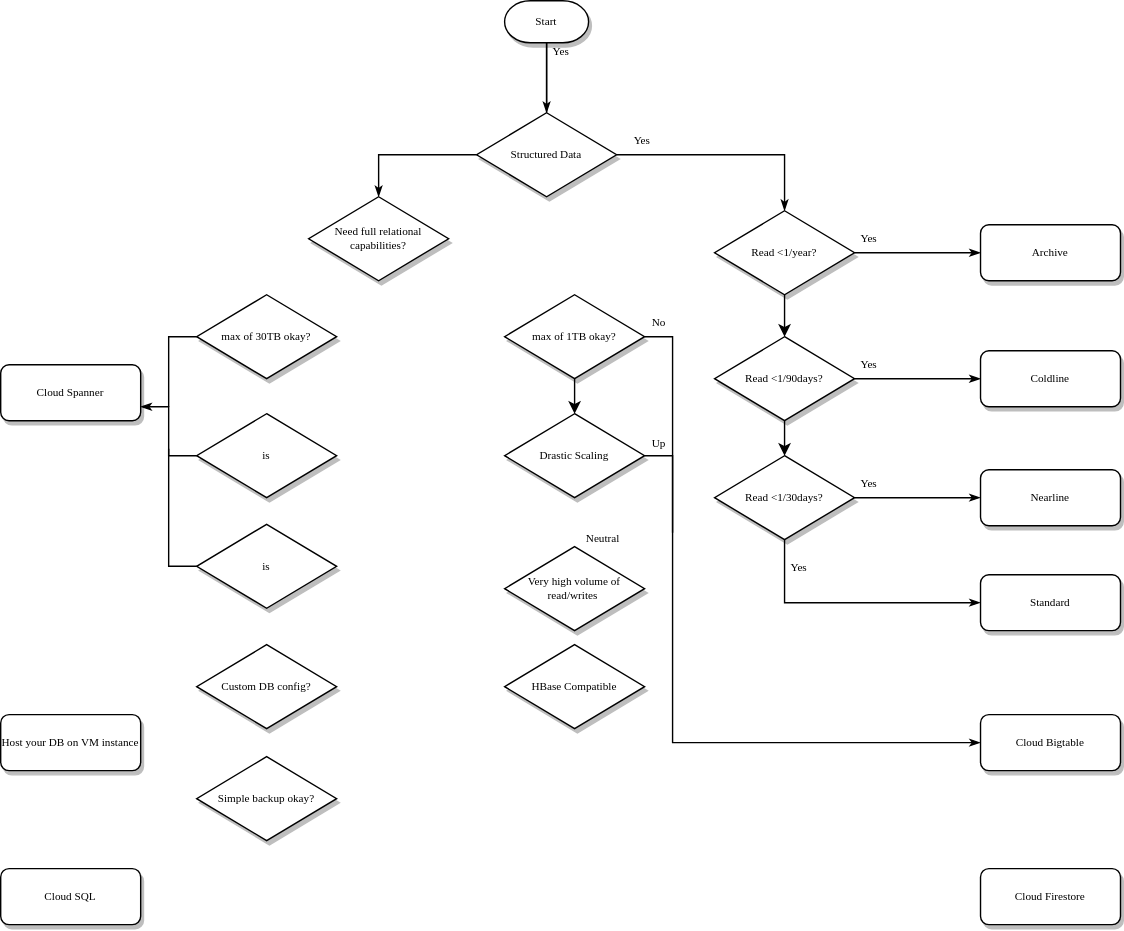
EwetoyeIbrahim/Google-Cloud-Database-Services-Decision-Tree keeps this draw.io diagram as diagram/decision_chart.svg. Above is the earlier version. Source tidied: cells renumbered, new cells last; positions are measured from the earlier drawing's top-left corner, leaving out a move shared by most shapes.
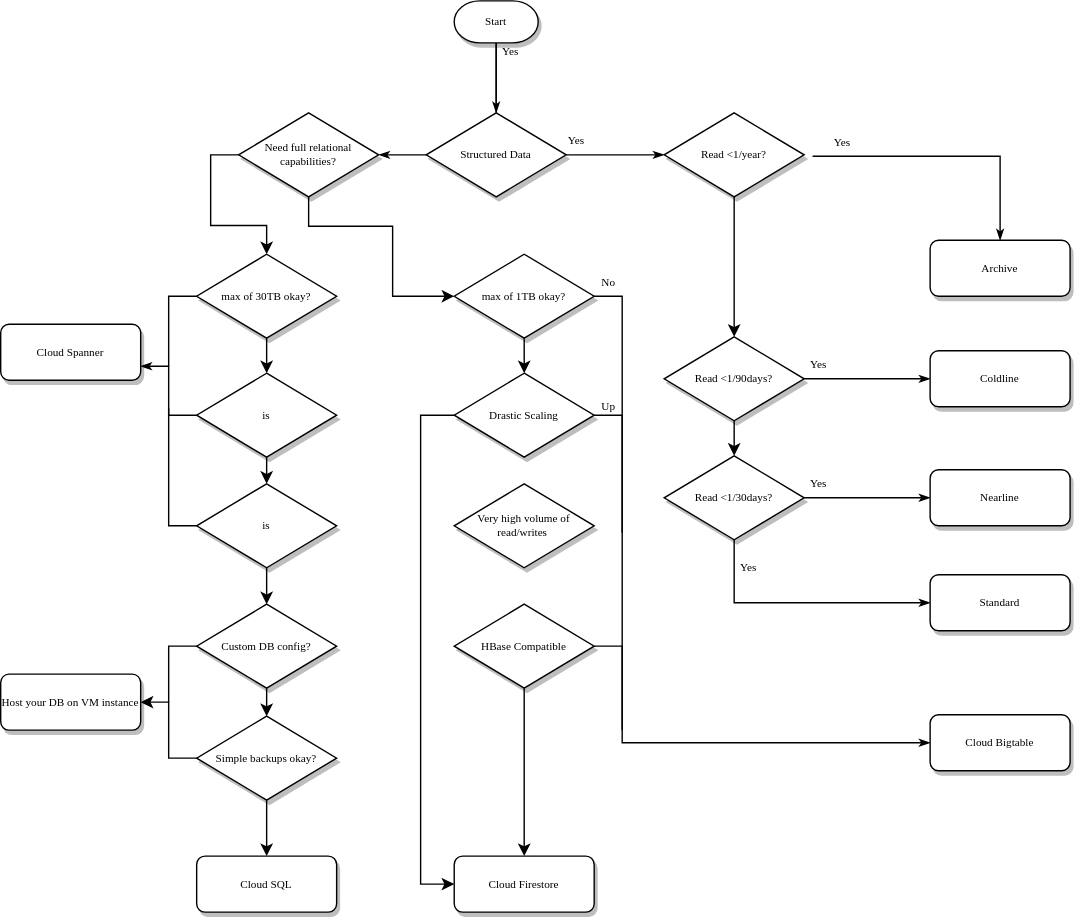
After the commit.

Change to the diagram source:
```diff
@@ -4,6 +4,6 @@
     <mxCell id="1" parent="0" />
-    <mxCell id="2" style="edgeStyle=orthogonalEdgeStyle;rounded=0;html=1;labelBackgroundColor=none;startSize=5;endArrow=classicThin;endFill=1;endSize=5;jettySize=auto;strokeWidth=1;fontFamily=Verdana;fontSize=8;exitX=0;exitY=0.5;exitDx=0;exitDy=0;entryX=0.5;entryY=0;entryDx=0;entryDy=0;" parent="1" edge="1" source="6" target="20">
+    <mxCell id="2" style="edgeStyle=orthogonalEdgeStyle;rounded=0;html=1;labelBackgroundColor=none;startSize=5;endArrow=classicThin;endFill=1;endSize=5;jettySize=auto;strokeWidth=1;fontFamily=Verdana;fontSize=8;exitX=0;exitY=0.5;exitDx=0;exitDy=0;entryX=1;entryY=0.5;entryDx=0;entryDy=0;" parent="1" edge="1" source="6" target="20">
       <mxGeometry relative="1" as="geometry" />
     </mxCell>
-    <mxCell id="3" value="Yes" style="edgeStyle=orthogonalEdgeStyle;rounded=0;html=1;labelBackgroundColor=none;startSize=5;endArrow=classicThin;endFill=1;endSize=5;jettySize=auto;strokeWidth=1;fontFamily=Verdana;fontSize=8;entryX=0.5;entryY=0;entryDx=0;entryDy=0;exitX=1;exitY=0.5;exitDx=0;exitDy=0;" parent="1" edge="1" source="6" target="9">
+    <mxCell id="3" value="Yes" style="edgeStyle=orthogonalEdgeStyle;rounded=0;html=1;labelBackgroundColor=none;startSize=5;endArrow=classicThin;endFill=1;endSize=5;jettySize=auto;strokeWidth=1;fontFamily=Verdana;fontSize=8;entryX=0;entryY=0.5;entryDx=0;entryDy=0;exitX=1;exitY=0.5;exitDx=0;exitDy=0;" parent="1" edge="1" source="6" target="9">
       <mxGeometry x="-0.78" y="10" relative="1" as="geometry" />
@@ -17,6 +17,6 @@
     <mxCell id="6" value="Structured Data" style="rhombus;whiteSpace=wrap;html=1;rounded=0;shadow=1;labelBackgroundColor=none;strokeWidth=1;fontFamily=Verdana;fontSize=8;align=center;" parent="1" vertex="1">
-      <mxGeometry x="340" y="80" width="100" height="60" as="geometry" />
+      <mxGeometry x="444" y="79" width="100" height="60" as="geometry" />
     </mxCell>
     <mxCell id="7" value="Archive" style="rounded=1;whiteSpace=wrap;html=1;shadow=1;labelBackgroundColor=none;strokeWidth=1;fontFamily=Verdana;fontSize=8;align=center;" parent="1" vertex="1">
-      <mxGeometry x="700" y="160" width="100" height="40" as="geometry" />
+      <mxGeometry x="804" y="170" width="100" height="40" as="geometry" />
     </mxCell>
@@ -25,4 +25,4 @@
         <Array as="points">
-          <mxPoint x="480" y="240" />
-          <mxPoint x="480" y="530" />
+          <mxPoint x="584" y="210" />
+          <mxPoint x="584" y="529" />
         </Array>
@@ -31,3 +31,3 @@
     <mxCell id="9" value="Read &amp;lt;1/year?" style="rhombus;whiteSpace=wrap;html=1;rounded=0;shadow=1;labelBackgroundColor=none;strokeWidth=1;fontFamily=Verdana;fontSize=8;align=center;" parent="1" vertex="1">
-      <mxGeometry x="510" y="150" width="100" height="60" as="geometry" />
+      <mxGeometry x="614" y="79" width="100" height="60" as="geometry" />
     </mxCell>
@@ -37,10 +37,10 @@
     <mxCell id="11" value="Read &amp;lt;1/90days?" style="rhombus;whiteSpace=wrap;html=1;rounded=0;shadow=1;labelBackgroundColor=none;strokeWidth=1;fontFamily=Verdana;fontSize=8;align=center;" parent="1" vertex="1">
-      <mxGeometry x="510" y="240" width="100" height="60" as="geometry" />
+      <mxGeometry x="614" y="239" width="100" height="60" as="geometry" />
     </mxCell>
     <mxCell id="12" value="Read &amp;lt;1/30days?" style="rhombus;whiteSpace=wrap;html=1;rounded=0;shadow=1;labelBackgroundColor=none;strokeWidth=1;fontFamily=Verdana;fontSize=8;align=center;" parent="1" vertex="1">
-      <mxGeometry x="510" y="325" width="100" height="60" as="geometry" />
+      <mxGeometry x="614" y="324" width="100" height="60" as="geometry" />
     </mxCell>
-    <mxCell id="13" value="Yes" style="edgeStyle=orthogonalEdgeStyle;rounded=0;html=1;labelBackgroundColor=none;startSize=5;endArrow=classicThin;endFill=1;endSize=5;jettySize=auto;strokeWidth=1;fontFamily=Verdana;fontSize=8;entryX=0;entryY=0.5;entryDx=0;entryDy=0;" parent="1" edge="1" target="7">
+    <mxCell id="13" value="Yes" style="edgeStyle=orthogonalEdgeStyle;rounded=0;html=1;labelBackgroundColor=none;startSize=5;endArrow=classicThin;endFill=1;endSize=5;jettySize=auto;strokeWidth=1;fontFamily=Verdana;fontSize=8;entryX=0.5;entryY=0;entryDx=0;entryDy=0;" parent="1" edge="1" target="7">
       <mxGeometry x="-0.78" y="10" relative="1" as="geometry">
-        <mxPoint x="610" y="180" as="sourcePoint" />
+        <mxPoint x="720" y="110" as="sourcePoint" />
       </mxGeometry>
@@ -49,3 +49,3 @@
       <mxGeometry x="-0.78" y="10" relative="1" as="geometry">
-        <mxPoint x="610" y="270" as="sourcePoint" />
+        <mxPoint x="714" y="269" as="sourcePoint" />
       </mxGeometry>
@@ -53,3 +53,3 @@
     <mxCell id="15" value="Coldline" style="rounded=1;whiteSpace=wrap;html=1;shadow=1;labelBackgroundColor=none;strokeWidth=1;fontFamily=Verdana;fontSize=8;align=center;" parent="1" vertex="1">
-      <mxGeometry x="700" y="250" width="100" height="40" as="geometry" />
+      <mxGeometry x="804" y="249" width="100" height="40" as="geometry" />
     </mxCell>
@@ -57,3 +57,3 @@
       <mxGeometry x="-0.78" y="10" relative="1" as="geometry">
-        <mxPoint x="610" y="355" as="sourcePoint" />
+        <mxPoint x="714" y="354" as="sourcePoint" />
       </mxGeometry>
@@ -61,3 +61,3 @@
     <mxCell id="17" value="Nearline" style="rounded=1;whiteSpace=wrap;html=1;shadow=1;labelBackgroundColor=none;strokeWidth=1;fontFamily=Verdana;fontSize=8;align=center;" parent="1" vertex="1">
-      <mxGeometry x="700" y="335" width="100" height="40" as="geometry" />
+      <mxGeometry x="804" y="334" width="100" height="40" as="geometry" />
     </mxCell>
@@ -67,15 +67,15 @@
     <mxCell id="19" value="Standard" style="rounded=1;whiteSpace=wrap;html=1;shadow=1;labelBackgroundColor=none;strokeWidth=1;fontFamily=Verdana;fontSize=8;align=center;" parent="1" vertex="1">
-      <mxGeometry x="700" y="410" width="100" height="40" as="geometry" />
+      <mxGeometry x="804" y="409" width="100" height="40" as="geometry" />
     </mxCell>
     <mxCell id="20" value="Need full relational capabilities?" style="rhombus;whiteSpace=wrap;html=1;rounded=0;shadow=1;labelBackgroundColor=none;strokeWidth=1;fontFamily=Verdana;fontSize=8;align=center;" parent="1" vertex="1">
-      <mxGeometry x="220" y="140" width="100" height="60" as="geometry" />
+      <mxGeometry x="310" y="79" width="100" height="60" as="geometry" />
     </mxCell>
     <mxCell id="21" value="max of 30TB okay?" style="rhombus;whiteSpace=wrap;html=1;rounded=0;shadow=1;labelBackgroundColor=none;strokeWidth=1;fontFamily=Verdana;fontSize=8;align=center;" parent="1" vertex="1">
-      <mxGeometry x="140" y="210" width="100" height="60" as="geometry" />
+      <mxGeometry x="280" y="180" width="100" height="60" as="geometry" />
     </mxCell>
     <mxCell id="22" value="is" style="rhombus;whiteSpace=wrap;html=1;rounded=0;shadow=1;labelBackgroundColor=none;strokeWidth=1;fontFamily=Verdana;fontSize=8;align=center;" parent="1" vertex="1">
-      <mxGeometry x="140" y="295" width="100" height="60" as="geometry" />
+      <mxGeometry x="280" y="265" width="100" height="60" as="geometry" />
     </mxCell>
     <mxCell id="23" value="Cloud Spanner" style="rounded=1;whiteSpace=wrap;html=1;shadow=1;labelBackgroundColor=none;strokeWidth=1;fontFamily=Verdana;fontSize=8;align=center;" parent="1" vertex="1">
-      <mxGeometry y="260" width="100" height="40" as="geometry" />
+      <mxGeometry x="140" y="230" width="100" height="40" as="geometry" />
     </mxCell>
@@ -83,3 +83,3 @@
       <mxGeometry relative="1" as="geometry">
-        <mxPoint x="120" y="290" as="targetPoint" />
+        <mxPoint x="260" y="260" as="targetPoint" />
       </mxGeometry>
@@ -90,3 +90,3 @@
     <mxCell id="26" value="is" style="rhombus;whiteSpace=wrap;html=1;rounded=0;shadow=1;labelBackgroundColor=none;strokeWidth=1;fontFamily=Verdana;fontSize=8;align=center;" parent="1" vertex="1">
-      <mxGeometry x="140" y="374" width="100" height="60" as="geometry" />
+      <mxGeometry x="280" y="344" width="100" height="60" as="geometry" />
     </mxCell>
@@ -94,3 +94,3 @@
       <mxGeometry relative="1" as="geometry">
-        <mxPoint x="120" y="320" as="targetPoint" />
+        <mxPoint x="260" y="290" as="targetPoint" />
       </mxGeometry>
@@ -98,6 +98,6 @@
     <mxCell id="28" value="max of 1TB okay?" style="rhombus;whiteSpace=wrap;html=1;rounded=0;shadow=1;labelBackgroundColor=none;strokeWidth=1;fontFamily=Verdana;fontSize=8;align=center;" parent="1" vertex="1">
-      <mxGeometry x="360" y="210" width="100" height="60" as="geometry" />
+      <mxGeometry x="464" y="180" width="100" height="60" as="geometry" />
     </mxCell>
     <mxCell id="29" value="Start" style="strokeWidth=1;html=1;shape=mxgraph.flowchart.terminator;whiteSpace=wrap;rounded=0;shadow=1;labelBackgroundColor=none;fontFamily=Verdana;fontSize=8;align=center;" parent="1" vertex="1">
-      <mxGeometry x="360" width="60" height="30" as="geometry" />
+      <mxGeometry x="464" y="-1" width="60" height="30" as="geometry" />
     </mxCell>
@@ -105,3 +105,3 @@
       <mxGeometry x="-0.78" y="10" relative="1" as="geometry">
-        <mxPoint x="390" y="80" as="targetPoint" />
+        <mxPoint x="494" y="79" as="targetPoint" />
       </mxGeometry>
@@ -109,15 +109,15 @@
     <mxCell id="31" value="Cloud Bigtable" style="rounded=1;whiteSpace=wrap;html=1;shadow=1;labelBackgroundColor=none;strokeWidth=1;fontFamily=Verdana;fontSize=8;align=center;" parent="1" vertex="1">
-      <mxGeometry x="700" y="510" width="100" height="40" as="geometry" />
+      <mxGeometry x="804" y="509" width="100" height="40" as="geometry" />
     </mxCell>
     <mxCell id="32" value="Drastic Scaling" style="rhombus;whiteSpace=wrap;html=1;rounded=0;shadow=1;labelBackgroundColor=none;strokeWidth=1;fontFamily=Verdana;fontSize=8;align=center;" parent="1" vertex="1">
-      <mxGeometry x="360" y="295" width="100" height="60" as="geometry" />
+      <mxGeometry x="464" y="265" width="100" height="60" as="geometry" />
     </mxCell>
     <mxCell id="33" value="Custom DB config?" style="rhombus;whiteSpace=wrap;html=1;rounded=0;shadow=1;labelBackgroundColor=none;strokeWidth=1;fontFamily=Verdana;fontSize=8;align=center;" parent="1" vertex="1">
-      <mxGeometry x="140" y="460" width="100" height="60" as="geometry" />
+      <mxGeometry x="280" y="430" width="100" height="60" as="geometry" />
     </mxCell>
-    <mxCell id="34" value="Simple backup okay?" style="rhombus;whiteSpace=wrap;html=1;rounded=0;shadow=1;labelBackgroundColor=none;strokeWidth=1;fontFamily=Verdana;fontSize=8;align=center;" parent="1" vertex="1">
-      <mxGeometry x="140" y="540" width="100" height="60" as="geometry" />
+    <mxCell id="34" value="Simple backups okay?" style="rhombus;whiteSpace=wrap;html=1;rounded=0;shadow=1;labelBackgroundColor=none;strokeWidth=1;fontFamily=Verdana;fontSize=8;align=center;" parent="1" vertex="1">
+      <mxGeometry x="280" y="510" width="100" height="60" as="geometry" />
     </mxCell>
     <mxCell id="35" value="Host your DB on VM instance" style="rounded=1;whiteSpace=wrap;html=1;shadow=1;labelBackgroundColor=none;strokeWidth=1;fontFamily=Verdana;fontSize=8;align=center;" parent="1" vertex="1">
-      <mxGeometry y="510" width="100" height="40" as="geometry" />
+      <mxGeometry x="140" y="480" width="100" height="40" as="geometry" />
     </mxCell>
@@ -125,5 +125,5 @@
       <mxGeometry relative="1" as="geometry">
-        <mxPoint x="480" y="380" as="sourcePoint" />
+        <mxPoint x="584" y="379" as="sourcePoint" />
         <Array as="points">
-          <mxPoint x="480" y="325" />
+          <mxPoint x="584" y="295" />
         </Array>
@@ -132,6 +132,11 @@
     <mxCell id="37" value="No" style="text;html=1;align=center;verticalAlign=middle;fontFamily=Verdana;fontSize=8;" parent="1" vertex="1">
-      <mxGeometry x="455" y="220" width="30" height="20" as="geometry" />
+      <mxGeometry x="559" y="190" width="30" height="20" as="geometry" />
     </mxCell>
+    <mxCell id="45" style="edgeStyle=orthogonalEdgeStyle;rounded=0;jettySize=auto;html=1;startArrow=none;startFill=0;endArrow=none;endFill=0;fontFamily=Verdana;fontSize=8;exitX=1;exitY=0.5;exitDx=0;exitDy=0;" parent="1" edge="1" source="42">
+      <mxGeometry relative="1" as="geometry">
+        <mxPoint x="584" y="520" as="targetPoint" />
+      </mxGeometry>
+    </mxCell>
     <mxCell id="38" value="Up" style="text;html=1;align=center;verticalAlign=middle;fontFamily=Verdana;fontSize=8;" parent="1" vertex="1">
-      <mxGeometry x="455" y="306" width="30" height="20" as="geometry" />
+      <mxGeometry x="559" y="279" width="30" height="20" as="geometry" />
     </mxCell>
@@ -140,17 +145,69 @@
     </mxCell>
-    <mxCell id="40" value="Neutral" style="text;html=1;align=center;verticalAlign=middle;fontFamily=Verdana;fontSize=8;" parent="1" vertex="1">
-      <mxGeometry x="410" y="374" width="40" height="20" as="geometry" />
-    </mxCell>
     <mxCell id="41" value="Very high volume of read/writes&amp;nbsp;" style="rhombus;whiteSpace=wrap;html=1;rounded=0;shadow=1;labelBackgroundColor=none;strokeWidth=1;fontFamily=Verdana;fontSize=8;align=center;" parent="1" vertex="1">
-      <mxGeometry x="360" y="390" width="100" height="60" as="geometry" />
+      <mxGeometry x="464" y="344" width="100" height="60" as="geometry" />
     </mxCell>
     <mxCell id="42" value="HBase Compatible" style="rhombus;whiteSpace=wrap;html=1;rounded=0;shadow=1;labelBackgroundColor=none;strokeWidth=1;fontFamily=Verdana;fontSize=8;align=center;" parent="1" vertex="1">
-      <mxGeometry x="360" y="460" width="100" height="60" as="geometry" />
+      <mxGeometry x="464" y="430" width="100" height="60" as="geometry" />
     </mxCell>
     <mxCell id="43" value="Cloud Firestore" style="rounded=1;whiteSpace=wrap;html=1;shadow=1;labelBackgroundColor=none;strokeWidth=1;fontFamily=Verdana;fontSize=8;align=center;" parent="1" vertex="1">
-      <mxGeometry x="700" y="620" width="100" height="40" as="geometry" />
+      <mxGeometry x="464" y="610" width="100" height="40" as="geometry" />
     </mxCell>
     <mxCell id="44" value="Cloud SQL" style="rounded=1;whiteSpace=wrap;html=1;shadow=1;labelBackgroundColor=none;strokeWidth=1;fontFamily=Verdana;fontSize=8;align=center;" parent="1" vertex="1">
-      <mxGeometry y="620" width="100" height="40" as="geometry" />
+      <mxGeometry x="280" y="610" width="100" height="40" as="geometry" />
     </mxCell>
+    <mxCell id="46" style="edgeStyle=orthogonalEdgeStyle;rounded=0;jettySize=auto;html=1;exitX=0;exitY=0.5;exitDx=0;exitDy=0;entryX=0.5;entryY=0;entryDx=0;entryDy=0;" parent="1" edge="1" source="20" target="21">
+      <mxGeometry relative="1" as="geometry" />
+    </mxCell>
+    <mxCell id="47" style="edgeStyle=orthogonalEdgeStyle;rounded=0;jettySize=auto;html=1;exitX=0.5;exitY=1;exitDx=0;exitDy=0;entryX=0;entryY=0.5;entryDx=0;entryDy=0;" parent="1" edge="1" source="20" target="28">
+      <mxGeometry relative="1" as="geometry">
+        <Array as="points">
+          <mxPoint x="360" y="160" />
+          <mxPoint x="420" y="160" />
+          <mxPoint x="420" y="210" />
+        </Array>
+      </mxGeometry>
+    </mxCell>
+    <mxCell id="48" style="edgeStyle=orthogonalEdgeStyle;rounded=0;jettySize=auto;html=1;exitX=0.5;exitY=1;exitDx=0;exitDy=0;entryX=0.5;entryY=0;entryDx=0;entryDy=0;" parent="1" edge="1" source="42" target="43">
+      <mxGeometry relative="1" as="geometry" />
+    </mxCell>
+    <mxCell id="49" style="edgeStyle=orthogonalEdgeStyle;rounded=0;jettySize=auto;html=1;exitX=0;exitY=0.5;exitDx=0;exitDy=0;entryX=0;entryY=0.5;entryDx=0;entryDy=0;" parent="1" edge="1" source="32" target="43">
+      <mxGeometry relative="1" as="geometry">
+        <Array as="points">
+          <mxPoint x="440" y="295" />
+          <mxPoint x="440" y="630" />
+        </Array>
+      </mxGeometry>
+    </mxCell>
+    <mxCell id="50" style="edgeStyle=orthogonalEdgeStyle;rounded=0;jettySize=auto;html=1;exitX=0.5;exitY=1;exitDx=0;exitDy=0;entryX=0.5;entryY=0;entryDx=0;entryDy=0;" parent="1" edge="1" source="21" target="22">
+      <mxGeometry relative="1" as="geometry">
+        <Array as="points">
+          <mxPoint x="330" y="240" />
+        </Array>
+      </mxGeometry>
+    </mxCell>
+    <mxCell id="51" style="edgeStyle=orthogonalEdgeStyle;rounded=0;jettySize=auto;html=1;exitX=0.5;exitY=1;exitDx=0;exitDy=0;entryX=0.5;entryY=0;entryDx=0;entryDy=0;" parent="1" edge="1" source="22" target="26">
+      <mxGeometry relative="1" as="geometry" />
+    </mxCell>
+    <mxCell id="52" style="edgeStyle=orthogonalEdgeStyle;rounded=0;jettySize=auto;html=1;entryX=0.5;entryY=0;entryDx=0;entryDy=0;exitX=0.5;exitY=1;exitDx=0;exitDy=0;" parent="1" edge="1" source="26" target="33">
+      <mxGeometry relative="1" as="geometry" />
+    </mxCell>
+    <mxCell id="53" style="edgeStyle=orthogonalEdgeStyle;rounded=0;jettySize=auto;html=1;entryX=0.5;entryY=0;entryDx=0;entryDy=0;exitX=0.5;exitY=1;exitDx=0;exitDy=0;" parent="1" edge="1" source="33" target="34">
+      <mxGeometry relative="1" as="geometry" />
+    </mxCell>
+    <mxCell id="54" style="edgeStyle=orthogonalEdgeStyle;rounded=0;jettySize=auto;html=1;entryX=0.5;entryY=0;entryDx=0;entryDy=0;" parent="1" edge="1" target="44">
+      <mxGeometry relative="1" as="geometry">
+        <mxPoint x="330" y="570" as="sourcePoint" />
+      </mxGeometry>
+    </mxCell>
+    <mxCell id="55" style="edgeStyle=orthogonalEdgeStyle;rounded=0;jettySize=auto;html=1;entryX=1;entryY=0.5;entryDx=0;entryDy=0;exitX=0;exitY=0.5;exitDx=0;exitDy=0;" parent="1" edge="1" source="34" target="35">
+      <mxGeometry relative="1" as="geometry" />
+    </mxCell>
+    <mxCell id="56" style="edgeStyle=orthogonalEdgeStyle;rounded=0;html=1;labelBackgroundColor=none;startSize=5;endArrow=none;endFill=0;endSize=5;jettySize=auto;strokeWidth=1;fontFamily=Verdana;fontSize=8;entryX=0;entryY=0.5;entryDx=0;entryDy=0;" parent="1" edge="1" target="33">
+      <mxGeometry relative="1" as="geometry">
+        <mxPoint x="260" y="500" as="sourcePoint" />
+        <Array as="points">
+          <mxPoint x="260" y="460" />
+        </Array>
+      </mxGeometry>
+    </mxCell>
   </root>
```
